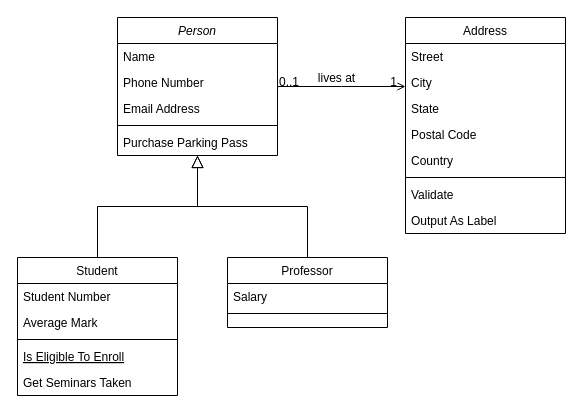
Before: Student_door.drawio in Generallisimo/worl_for_student_site, a draw.io diagram. Source tidied: cells renumbered, new cells numbered last; positions are measured from the earlier drawing's top-left corner, leaving out a move shared by most shapes. Both pictures are drawn from the tidied source at 100%, with x=0, y=0 at pixel (17, 17).
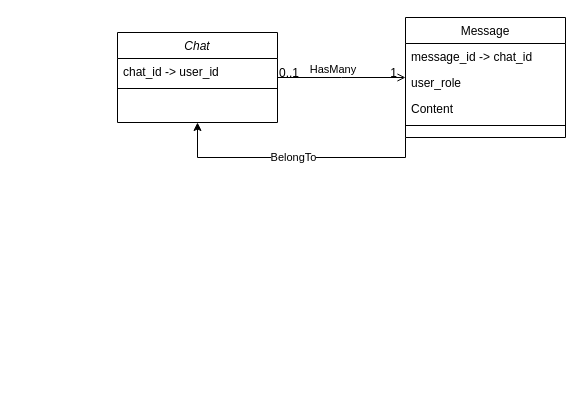
The same diagram, later.

The edit, as a diff of the source:
```diff
@@
-    <mxCell id="2" value="Person" style="swimlane;fontStyle=2;align=center;verticalAlign=top;horizontal=1;startSize=26;rounded=0;shadow=0;strokeWidth=1;" parent="1" vertex="1">
-      <mxGeometry x="100" width="160" height="138" as="geometry" />
+    <mxCell id="2" value="Chat" style="swimlane;fontStyle=2;align=center;verticalAlign=top;horizontal=1;startSize=26;rounded=0;shadow=0;strokeWidth=1;" parent="1" vertex="1">
+      <mxGeometry x="100" y="15" width="160" height="90" as="geometry" />
     </mxCell>
-    <mxCell id="3" value="Name" style="text;align=left;verticalAlign=top;spacingLeft=4;spacingRight=4;overflow=hidden;" parent="2" vertex="1">
+    <mxCell id="3" value="chat_id -&gt; user_id" style="text;align=left;verticalAlign=top;spacingLeft=4;spacingRight=4;overflow=hidden;" parent="2" vertex="1">
       <mxGeometry y="26" width="160" height="26" as="geometry" />
     </mxCell>
-    <mxCell id="4" value="Phone Number" style="text;align=left;verticalAlign=top;spacingLeft=4;spacingRight=4;overflow=hidden;rounded=0;shadow=0;html=0;" parent="2" vertex="1">
-      <mxGeometry y="52" width="160" height="26" as="geometry" />
-    </mxCell>
-    <mxCell id="5" value="Email Address" style="text;align=left;verticalAlign=top;spacingLeft=4;spacingRight=4;overflow=hidden;rounded=0;shadow=0;html=0;" parent="2" vertex="1">
-      <mxGeometry y="78" width="160" height="26" as="geometry" />
-    </mxCell>
     <mxCell id="6" style="line;html=1;strokeWidth=1;align=left;verticalAlign=middle;spacingTop=-1;spacingLeft=3;spacingRight=3;labelPosition=right;" parent="2" vertex="1">
-      <mxGeometry y="104" width="160" height="8" as="geometry" />
+      <mxGeometry y="52" width="160" height="8" as="geometry" />
     </mxCell>
-    <mxCell id="7" value="Purchase Parking Pass" style="text;align=left;verticalAlign=top;spacingLeft=4;spacingRight=4;overflow=hidden;" parent="2" vertex="1">
-      <mxGeometry y="112" width="160" height="26" as="geometry" />
-    </mxCell>
-    <mxCell id="8" value="Student" style="swimlane;fontStyle=0;align=center;verticalAlign=top;horizontal=1;startSize=26;rounded=0;shadow=0;strokeWidth=1;" parent="1" vertex="1">
-      <mxGeometry y="240" width="160" height="138" as="geometry" />
-    </mxCell>
-    <mxCell id="9" value="Student Number" style="text;align=left;verticalAlign=top;spacingLeft=4;spacingRight=4;overflow=hidden;" parent="8" vertex="1">
-      <mxGeometry y="26" width="160" height="26" as="geometry" />
-    </mxCell>
-    <mxCell id="10" value="Average Mark" style="text;align=left;verticalAlign=top;spacingLeft=4;spacingRight=4;overflow=hidden;rounded=0;shadow=0;html=0;" parent="8" vertex="1">
-      <mxGeometry y="52" width="160" height="26" as="geometry" />
-    </mxCell>
-    <mxCell id="11" style="line;html=1;strokeWidth=1;align=left;verticalAlign=middle;spacingTop=-1;spacingLeft=3;spacingRight=3;labelPosition=right;" parent="8" vertex="1">
-      <mxGeometry y="78" width="160" height="8" as="geometry" />
-    </mxCell>
-    <mxCell id="12" value="Is Eligible To Enroll" style="text;align=left;verticalAlign=top;spacingLeft=4;spacingRight=4;overflow=hidden;fontStyle=4;" parent="8" vertex="1">
-      <mxGeometry y="86" width="160" height="26" as="geometry" />
-    </mxCell>
-    <mxCell id="13" value="Get Seminars Taken" style="text;align=left;verticalAlign=top;spacingLeft=4;spacingRight=4;overflow=hidden;" parent="8" vertex="1">
-      <mxGeometry y="112" width="160" height="26" as="geometry" />
-    </mxCell>
-    <mxCell id="14" style="endArrow=block;endSize=10;endFill=0;shadow=0;strokeWidth=1;rounded=0;edgeStyle=elbowEdgeStyle;elbow=vertical;" parent="1" edge="1" source="8" target="2">
-      <mxGeometry relative="1" as="geometry" />
-    </mxCell>
-    <mxCell id="15" value="Professor" style="swimlane;fontStyle=0;align=center;verticalAlign=top;horizontal=1;startSize=26;rounded=0;shadow=0;strokeWidth=1;" parent="1" vertex="1">
-      <mxGeometry x="210" y="240" width="160" height="70" as="geometry" />
-    </mxCell>
-    <mxCell id="16" value="Salary" style="text;align=left;verticalAlign=top;spacingLeft=4;spacingRight=4;overflow=hidden;" parent="15" vertex="1">
-      <mxGeometry y="26" width="160" height="26" as="geometry" />
-    </mxCell>
-    <mxCell id="17" style="line;html=1;strokeWidth=1;align=left;verticalAlign=middle;spacingTop=-1;spacingLeft=3;spacingRight=3;labelPosition=right;" parent="15" vertex="1">
-      <mxGeometry y="52" width="160" height="8" as="geometry" />
-    </mxCell>
-    <mxCell id="18" style="endArrow=block;endSize=10;endFill=0;shadow=0;strokeWidth=1;rounded=0;edgeStyle=elbowEdgeStyle;elbow=vertical;" parent="1" edge="1" source="15" target="2">
-      <mxGeometry relative="1" as="geometry" />
-    </mxCell>
+    <mxCell id="32" value="BelongTo" style="edgeStyle=orthogonalEdgeStyle;rounded=0;jettySize=auto;html=1;exitX=0;exitY=1;exitDx=0;exitDy=0;entryX=0.5;entryY=1;entryDx=0;entryDy=0;" parent="1" edge="1" source="19" target="2">
+      <mxGeometry relative="1" as="geometry" />
+    </mxCell>
-    <mxCell id="19" value="Address" style="swimlane;fontStyle=0;align=center;verticalAlign=top;horizontal=1;startSize=26;rounded=0;shadow=0;strokeWidth=1;" parent="1" vertex="1">
-      <mxGeometry x="388" width="160" height="216" as="geometry" />
+    <mxCell id="19" value="Message" style="swimlane;fontStyle=0;align=center;verticalAlign=top;horizontal=1;startSize=26;rounded=0;shadow=0;strokeWidth=1;" parent="1" vertex="1">
+      <mxGeometry x="388" width="160" height="120" as="geometry" />
     </mxCell>
-    <mxCell id="20" value="Street" style="text;align=left;verticalAlign=top;spacingLeft=4;spacingRight=4;overflow=hidden;" parent="19" vertex="1">
+    <mxCell id="20" value="message_id -&gt; chat_id" style="text;align=left;verticalAlign=top;spacingLeft=4;spacingRight=4;overflow=hidden;" parent="19" vertex="1">
       <mxGeometry y="26" width="160" height="26" as="geometry" />
     </mxCell>
-    <mxCell id="21" value="City" style="text;align=left;verticalAlign=top;spacingLeft=4;spacingRight=4;overflow=hidden;rounded=0;shadow=0;html=0;" parent="19" vertex="1">
+    <mxCell id="21" value="user_role" style="text;align=left;verticalAlign=top;spacingLeft=4;spacingRight=4;overflow=hidden;rounded=0;shadow=0;html=0;" parent="19" vertex="1">
       <mxGeometry y="52" width="160" height="26" as="geometry" />
     </mxCell>
-    <mxCell id="22" value="State" style="text;align=left;verticalAlign=top;spacingLeft=4;spacingRight=4;overflow=hidden;rounded=0;shadow=0;html=0;" parent="19" vertex="1">
-      <mxGeometry y="78" width="160" height="26" as="geometry" />
-    </mxCell>
-    <mxCell id="23" value="Postal Code" style="text;align=left;verticalAlign=top;spacingLeft=4;spacingRight=4;overflow=hidden;rounded=0;shadow=0;html=0;" parent="19" vertex="1">
-      <mxGeometry y="104" width="160" height="26" as="geometry" />
-    </mxCell>
-    <mxCell id="24" value="Country" style="text;align=left;verticalAlign=top;spacingLeft=4;spacingRight=4;overflow=hidden;rounded=0;shadow=0;html=0;" parent="19" vertex="1">
-      <mxGeometry y="130" width="160" height="26" as="geometry" />
-    </mxCell>
+    <mxCell id="33" value="Content" style="text;align=left;verticalAlign=top;spacingLeft=4;spacingRight=4;overflow=hidden;rounded=0;shadow=0;html=0;" parent="19" vertex="1">
+      <mxGeometry y="78" width="160" height="26" as="geometry" />
+    </mxCell>
     <mxCell id="25" style="line;html=1;strokeWidth=1;align=left;verticalAlign=middle;spacingTop=-1;spacingLeft=3;spacingRight=3;labelPosition=right;" parent="19" vertex="1">
-      <mxGeometry y="156" width="160" height="8" as="geometry" />
+      <mxGeometry y="104" width="160" height="8" as="geometry" />
     </mxCell>
-    <mxCell id="26" value="Validate" style="text;align=left;verticalAlign=top;spacingLeft=4;spacingRight=4;overflow=hidden;" parent="19" vertex="1">
-      <mxGeometry y="164" width="160" height="26" as="geometry" />
-    </mxCell>
-    <mxCell id="27" value="Output As Label" style="text;align=left;verticalAlign=top;spacingLeft=4;spacingRight=4;overflow=hidden;" parent="19" vertex="1">
-      <mxGeometry y="190" width="160" height="26" as="geometry" />
-    </mxCell>
-    <mxCell id="28" style="endArrow=open;shadow=0;strokeWidth=1;rounded=0;endFill=1;edgeStyle=elbowEdgeStyle;elbow=vertical;" parent="1" edge="1" source="2" target="19">
+    <mxCell id="28" value="HasMany" style="endArrow=open;shadow=0;strokeWidth=1;rounded=0;endFill=1;edgeStyle=elbowEdgeStyle;elbow=horizontal;" parent="1" edge="1" source="2" target="19">
       <mxGeometry x="0.5" y="41" relative="1" as="geometry">
         <mxPoint x="-40" y="32" as="offset" />
       </mxGeometry>
     </mxCell>
@@
-    <mxCell id="31" value="lives at" style="text;html=1;align=center;verticalAlign=middle;labelBackgroundColor=none;rounded=0;shadow=0;strokeWidth=1;fontSize=12;" parent="28" vertex="1">
-      <mxGeometry x="0.5" y="49" relative="1" as="geometry">
-        <mxPoint x="-38" y="40" as="offset" />
-      </mxGeometry>
-    </mxCell>
```
